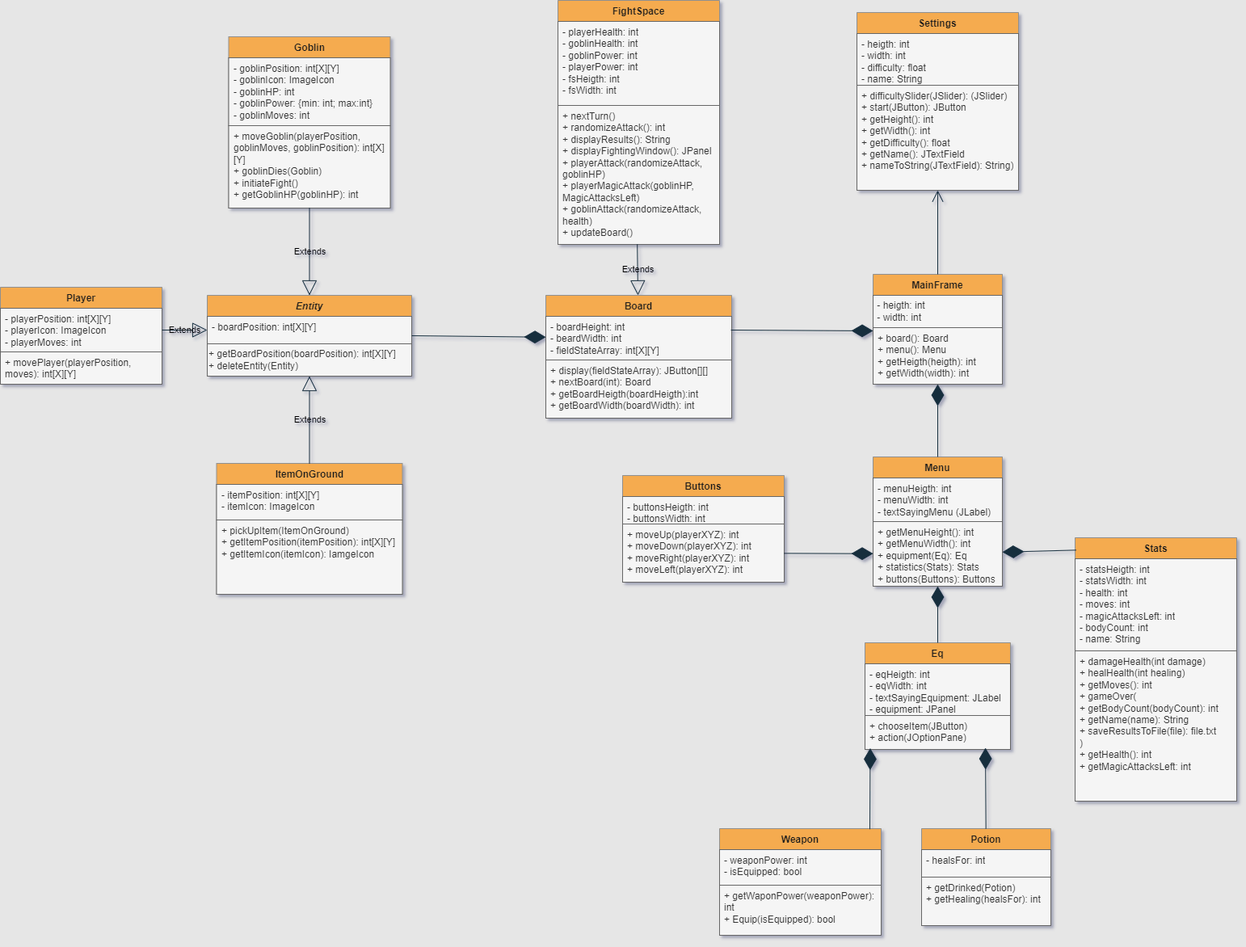
Above: diagram_klas.png in jacob-w4/Java-simple-game (draw.io), before the change. Source tidied: cells renumbered, new cells last; positions are measured from the earlier drawing's top-left corner, leaving out a move shared by most shapes.
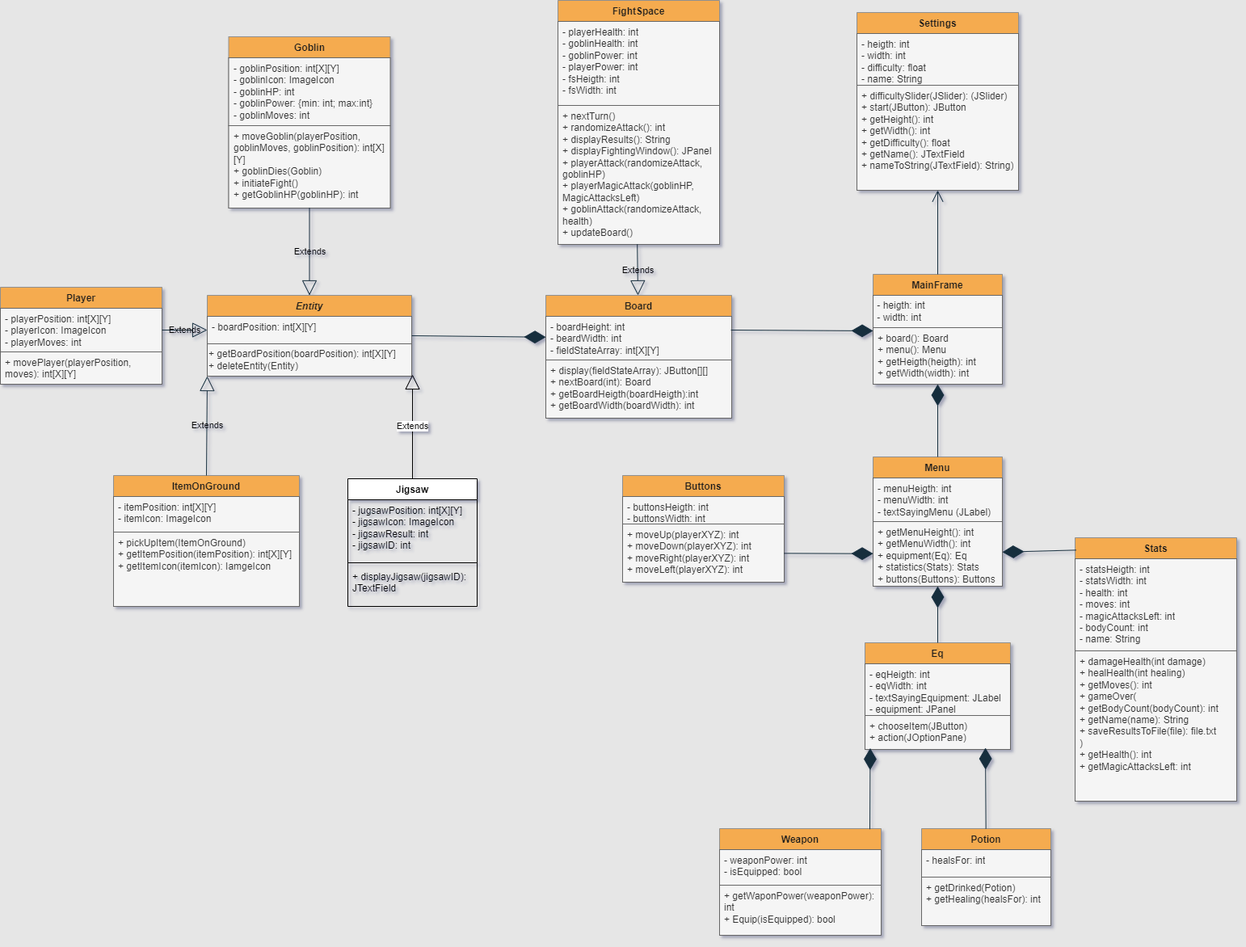
Above is the later version.

The edit, as a diff of the source:
```diff
@@ -135,7 +135,7 @@
       <mxGeometry y="130" width="200" height="172" as="geometry" />
     </mxCell>
     <mxCell id="46" value="ItemOnGround" style="swimlane;fontStyle=1;align=center;verticalAlign=top;horizontal=1;startSize=26;whiteSpace=wrap;html=1;rounded=0;labelBackgroundColor=none;fillColor=#F5AB50;strokeColor=#909090;fontColor=#1A1A1A;" parent="1" vertex="1">
-      <mxGeometry x="267.5" y="573" width="230" height="162" as="geometry" />
+      <mxGeometry x="140" y="588" width="230" height="162" as="geometry" />
     </mxCell>
     <mxCell id="47" value="- itemPosition: int[X][Y]&lt;br&gt;- itemIcon: ImageIcon" style="text;strokeColor=#666666;fillColor=#f5f5f5;align=left;verticalAlign=top;spacingLeft=4;spacingRight=4;overflow=hidden;whiteSpace=wrap;html=1;rounded=0;labelBackgroundColor=none;fontColor=#333333;" parent="46" vertex="1">
       <mxGeometry y="26" width="230" height="44" as="geometry" />
@@ -203,11 +203,26 @@
     <mxCell id="68" value="Extends" style="endArrow=block;endSize=16;endFill=0;html=1;rounded=0;entryX=0;entryY=0.5;entryDx=0;entryDy=0;labelBackgroundColor=none;strokeColor=#182E3E;fontColor=default;" parent="1" edge="1" source="35" target="31">
       <mxGeometry relative="1" as="geometry" />
     </mxCell>
-    <mxCell id="69" value="Extends" style="endArrow=block;endSize=16;endFill=0;html=1;rounded=0;exitX=0.5;exitY=0;exitDx=0;exitDy=0;labelBackgroundColor=none;strokeColor=#182E3E;fontColor=default;" parent="1" edge="1" source="46" target="33">
+    <mxCell id="69" value="Extends" style="endArrow=block;endSize=16;endFill=0;html=1;rounded=0;exitX=0.5;exitY=0;exitDx=0;exitDy=0;labelBackgroundColor=none;strokeColor=#182E3E;fontColor=default;entryX=0;entryY=1;entryDx=0;entryDy=0;" parent="1" edge="1" source="46" target="30">
       <mxGeometry relative="1" as="geometry" />
     </mxCell>
     <mxCell id="70" value="Extends" style="endArrow=block;endSize=16;endFill=0;html=1;rounded=0;exitX=0.491;exitY=0.999;exitDx=0;exitDy=0;exitPerimeter=0;labelBackgroundColor=none;strokeColor=#182E3E;fontColor=default;" parent="1" edge="1" source="45" target="14">
       <mxGeometry relative="1" as="geometry" />
     </mxCell>
+    <mxCell id="71" value="Jigsaw" style="swimlane;fontStyle=1;align=center;verticalAlign=top;horizontal=1;startSize=26;whiteSpace=wrap;html=1;" parent="1" vertex="1">
+      <mxGeometry x="430" y="592" width="160" height="158" as="geometry" />
+    </mxCell>
+    <mxCell id="72" value="- jugsawPosition: int[X][Y]&lt;br&gt;- jigsawIcon: ImageIcon&lt;br&gt;- jigsawResult: int&lt;br&gt;- jigsawID: int" style="text;strokeColor=none;fillColor=none;align=left;verticalAlign=top;spacingLeft=4;spacingRight=4;overflow=hidden;whiteSpace=wrap;html=1;" parent="71" vertex="1">
+      <mxGeometry y="26" width="160" height="74" as="geometry" />
+    </mxCell>
+    <mxCell id="73" style="line;strokeWidth=1;fillColor=none;align=left;verticalAlign=middle;spacingTop=-1;spacingLeft=3;spacingRight=3;labelPosition=right;strokeColor=inherit;" parent="71" vertex="1">
+      <mxGeometry y="100" width="160" height="8" as="geometry" />
+    </mxCell>
+    <mxCell id="74" value="+ displayJigsaw(jigsawID):&lt;br&gt;JTextField" style="text;strokeColor=none;fillColor=none;align=left;verticalAlign=top;spacingLeft=4;spacingRight=4;overflow=hidden;whiteSpace=wrap;html=1;" parent="71" vertex="1">
+      <mxGeometry y="108" width="160" height="50" as="geometry" />
+    </mxCell>
+    <mxCell id="75" value="Extends" style="endArrow=block;endSize=16;endFill=0;html=1;rounded=0;exitX=0.5;exitY=0;exitDx=0;exitDy=0;entryX=1.004;entryY=0.95;entryDx=0;entryDy=0;entryPerimeter=0;" parent="1" edge="1" source="71" target="33">
+      <mxGeometry relative="1" as="geometry" />
+    </mxCell>
   </root>
 </mxGraphModel>
```
